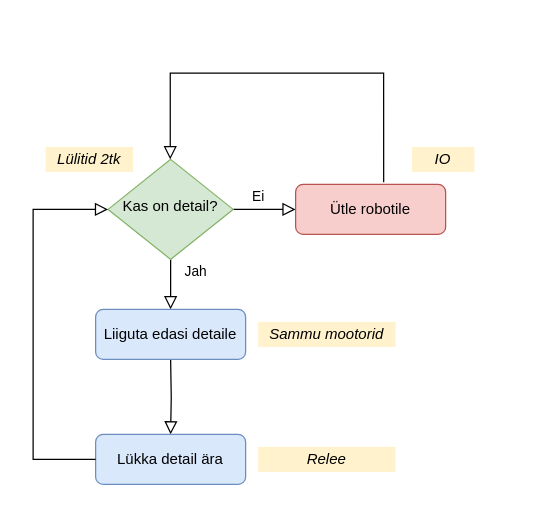
This is Skeemid/Vooskeem.drawio from taunoe/etteande-automatiseerimine-2025, a draw.io file, before an edit. Source tidied: cells renumbered, new cells numbered last; positions are measured from the earlier drawing's top-left corner, leaving out a move shared by most shapes. Both pictures are drawn from the tidied source at 125%, with x=0, y=0 at pixel (32, 72).
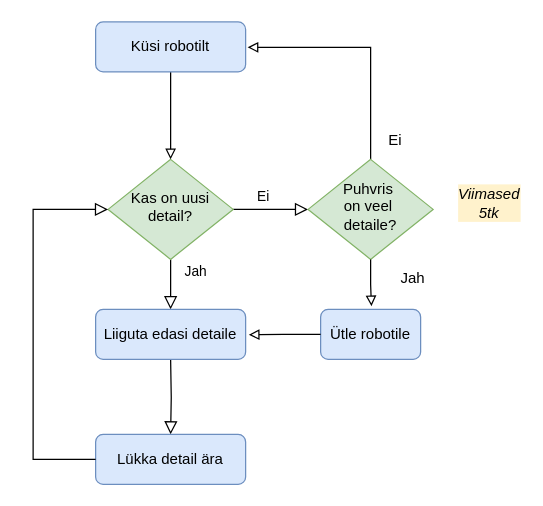
The same page after the edit.

Commit message (it also covers changes not shown here):
viimased loogika

Unchanged cells that the change refers to:
```xml
<mxCell id="8" value="Liiguta edasi detaile" style="rounded=1;whiteSpace=wrap;html=1;fontSize=12;glass=0;strokeWidth=1;shadow=0;fillColor=#dae8fc;strokeColor=#6c8ebf;" parent="1" vertex="1">
  <mxGeometry x="50" y="189" width="120" height="40" as="geometry" />
</mxCell>
```

Change to the diagram source:
```diff
@@
-    <mxCell id="3" value="Ei" style="edgeStyle=orthogonalEdgeStyle;rounded=0;html=1;jettySize=auto;fontSize=11;endArrow=block;endFill=0;endSize=8;strokeWidth=1;shadow=0;labelBackgroundColor=none;" parent="1" edge="1" source="4" target="5">
-      <mxGeometry x="-0.2" y="10" relative="1" as="geometry" />
+    <mxCell id="3" value="Ei" style="edgeStyle=orthogonalEdgeStyle;rounded=0;html=1;jettySize=auto;fontSize=11;endArrow=block;endFill=0;endSize=8;strokeWidth=1;shadow=0;labelBackgroundColor=none;" parent="1" edge="1" source="4">
+      <mxGeometry x="-0.2" y="10" relative="1" as="geometry">
+        <mxPoint x="220" y="109" as="targetPoint" />
+      </mxGeometry>
     </mxCell>
-    <mxCell id="4" value="Kas on detail?" style="rhombus;whiteSpace=wrap;html=1;shadow=0;fontFamily=Helvetica;fontSize=12;align=center;strokeWidth=1;spacing=6;spacingTop=-4;fillColor=#d5e8d4;strokeColor=#82b366;" parent="1" vertex="1">
+    <mxCell id="4" value="Kas on uusi detail?" style="rhombus;whiteSpace=wrap;html=1;shadow=0;fontFamily=Helvetica;fontSize=12;align=center;strokeWidth=1;spacing=6;spacingTop=-4;fillColor=#d5e8d4;strokeColor=#82b366;" parent="1" vertex="1">
       <mxGeometry x="60" y="69" width="100" height="80" as="geometry" />
     </mxCell>
-    <mxCell id="5" value="Ütle robotile" style="rounded=1;whiteSpace=wrap;html=1;fontSize=12;glass=0;strokeWidth=1;shadow=0;fillColor=#f8cecc;strokeColor=#b85450;" parent="1" vertex="1">
-      <mxGeometry x="210" y="89" width="120" height="40" as="geometry" />
-    </mxCell>
@@
-    <mxCell id="9" value="&lt;i&gt;Sammu mootorid&lt;/i&gt;" style="text;html=1;align=center;verticalAlign=middle;whiteSpace=wrap;rounded=0;fillColor=#fff2cc;strokeColor=none;gradientColor=none;dashed=1;dashPattern=1 4;" parent="1" vertex="1">
-      <mxGeometry x="180" y="199" width="110" height="20" as="geometry" />
-    </mxCell>
-    <mxCell id="10" value="&lt;i&gt;IO&lt;/i&gt;" style="text;html=1;align=center;verticalAlign=middle;whiteSpace=wrap;rounded=0;fillColor=#fff2cc;strokeColor=none;gradientColor=none;dashed=1;dashPattern=1 4;" parent="1" vertex="1">
-      <mxGeometry x="303" y="59" width="50" height="20" as="geometry" />
-    </mxCell>
-    <mxCell id="11" value="&lt;i&gt;Relee&lt;/i&gt;" style="text;html=1;align=center;verticalAlign=middle;whiteSpace=wrap;rounded=0;fillColor=#fff2cc;strokeColor=none;gradientColor=none;dashed=1;dashPattern=1 4;" parent="1" vertex="1">
-      <mxGeometry x="180" y="299" width="110" height="20" as="geometry" />
-    </mxCell>
-    <mxCell id="12" value="&lt;i&gt;Lülitid 2tk&lt;/i&gt;" style="text;html=1;align=center;verticalAlign=middle;whiteSpace=wrap;rounded=0;fillColor=#fff2cc;strokeColor=none;gradientColor=none;dashed=1;dashPattern=1 4;" parent="1" vertex="1">
-      <mxGeometry x="10" y="59" width="70" height="20" as="geometry" />
-    </mxCell>
-    <mxCell id="13" style="rounded=0;html=1;jettySize=auto;fontSize=11;endArrow=block;endFill=0;endSize=8;strokeWidth=1;shadow=0;labelBackgroundColor=none;edgeStyle=orthogonalEdgeStyle;exitX=0.587;exitY=-0.042;exitDx=0;exitDy=0;exitPerimeter=0;" parent="1" edge="1" source="5">
-      <mxGeometry x="-0.78" y="-10" relative="1" as="geometry">
-        <mxPoint x="109.7" y="69" as="targetPoint" />
-        <Array as="points">
-          <mxPoint x="280" />
-          <mxPoint x="110" />
-        </Array>
-      </mxGeometry>
-    </mxCell>
@@
+    <mxCell id="15" style="edgeStyle=orthogonalEdgeStyle;rounded=0;jettySize=auto;html=1;endArrow=block;endFill=0;entryX=1.013;entryY=0.509;entryDx=0;entryDy=0;entryPerimeter=0;" parent="1" edge="1" source="16" target="20">
+      <mxGeometry relative="1" as="geometry">
+        <Array as="points">
+          <mxPoint x="270" y="-21" />
+        </Array>
+      </mxGeometry>
+    </mxCell>
+    <mxCell id="16" value="&lt;div&gt;Puhvris&amp;nbsp;&lt;/div&gt;&lt;div&gt;on veel&amp;nbsp;&lt;/div&gt;&lt;div&gt;detaile?&lt;/div&gt;" style="rhombus;whiteSpace=wrap;html=1;shadow=0;fontFamily=Helvetica;fontSize=12;align=center;strokeWidth=1;spacing=6;spacingTop=-4;fillColor=#d5e8d4;strokeColor=#82b366;" parent="1" vertex="1">
+      <mxGeometry x="220" y="69" width="100" height="80" as="geometry" />
+    </mxCell>
+    <mxCell id="17" value="&lt;i&gt;Viimased 5tk&lt;/i&gt;" style="text;html=1;align=center;verticalAlign=middle;whiteSpace=wrap;rounded=0;fillColor=#fff2cc;strokeColor=none;gradientColor=none;dashed=1;dashPattern=1 4;" parent="1" vertex="1">
+      <mxGeometry x="340" y="89" width="50" height="30" as="geometry" />
+    </mxCell>
+    <mxCell id="18" value="Jah" style="text;html=1;align=center;verticalAlign=middle;whiteSpace=wrap;rounded=0;" parent="1" vertex="1">
+      <mxGeometry x="274" y="149" width="60" height="30" as="geometry" />
+    </mxCell>
+    <mxCell id="19" style="edgeStyle=orthogonalEdgeStyle;rounded=0;jettySize=auto;html=1;entryX=0.5;entryY=0;entryDx=0;entryDy=0;endArrow=block;endFill=0;" parent="1" edge="1" source="20" target="4">
+      <mxGeometry relative="1" as="geometry" />
+    </mxCell>
+    <mxCell id="20" value="Küsi robotilt" style="rounded=1;whiteSpace=wrap;html=1;fontSize=12;glass=0;strokeWidth=1;shadow=0;fillColor=#dae8fc;strokeColor=#6c8ebf;" parent="1" vertex="1">
+      <mxGeometry x="50" y="-41" width="120" height="40" as="geometry" />
+    </mxCell>
+    <mxCell id="21" value="Ei" style="text;html=1;align=center;verticalAlign=middle;whiteSpace=wrap;rounded=0;" parent="1" vertex="1">
+      <mxGeometry x="260" y="39" width="60" height="30" as="geometry" />
+    </mxCell>
+    <mxCell id="5" value="Ütle robotile" style="rounded=1;whiteSpace=wrap;html=1;fontSize=12;glass=0;strokeWidth=1;shadow=0;fillColor=#dae8fc;strokeColor=#6c8ebf;" parent="1" vertex="1">
+      <mxGeometry x="230" y="189" width="80" height="40" as="geometry" />
+    </mxCell>
+    <mxCell id="22" style="edgeStyle=orthogonalEdgeStyle;rounded=0;jettySize=auto;html=1;entryX=0.508;entryY=-0.063;entryDx=0;entryDy=0;entryPerimeter=0;endArrow=block;endFill=0;" parent="1" edge="1" source="16" target="5">
+      <mxGeometry relative="1" as="geometry" />
+    </mxCell>
+    <mxCell id="23" style="edgeStyle=orthogonalEdgeStyle;rounded=0;jettySize=auto;html=1;entryX=1.021;entryY=0.507;entryDx=0;entryDy=0;entryPerimeter=0;endArrow=block;endFill=0;" parent="1" edge="1" source="5" target="8">
+      <mxGeometry relative="1" as="geometry" />
+    </mxCell>
```
